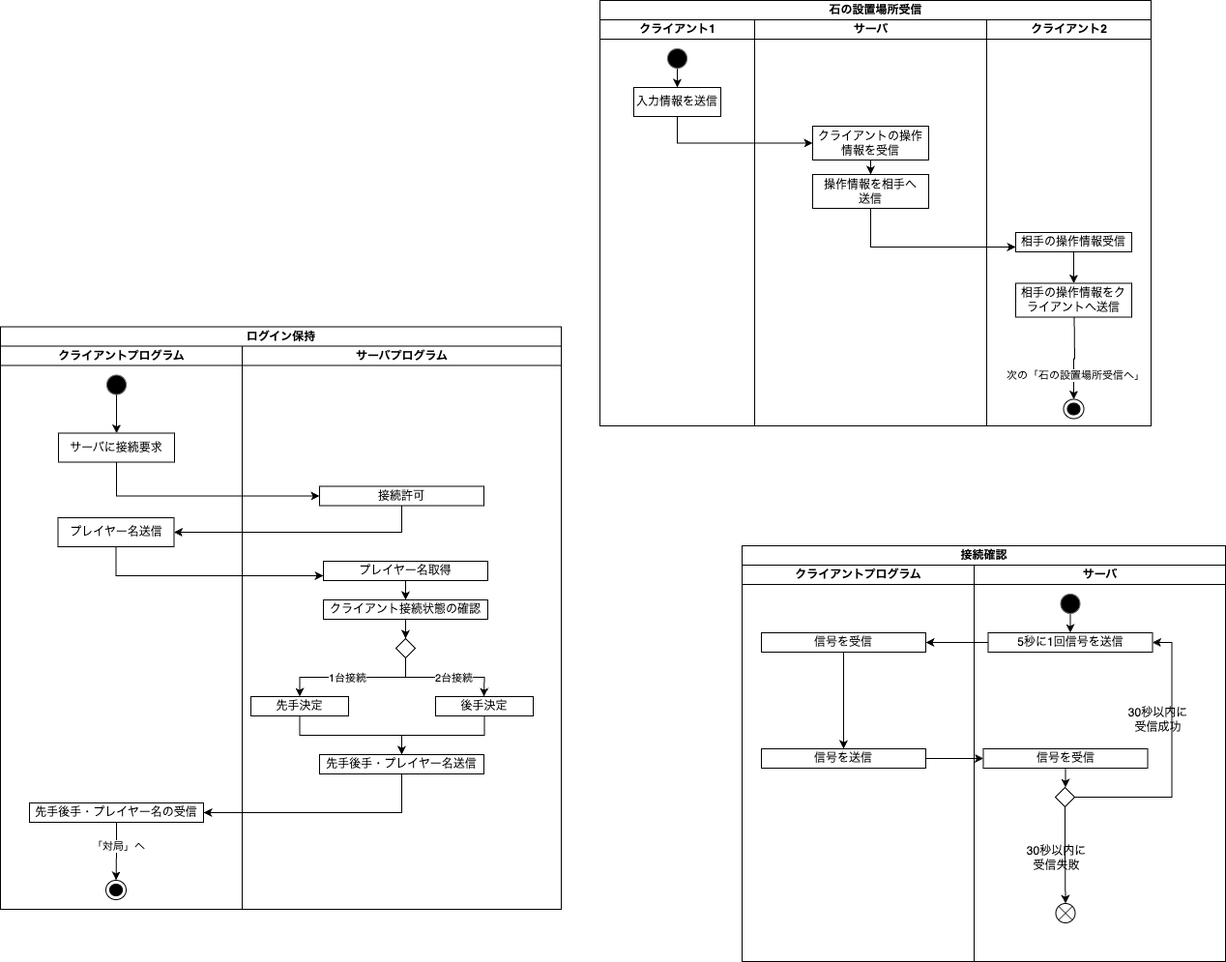
Earlier version of the draw.io export 要求仕様書/activity_server_tsuji.png (ynuOthello2025-group9/YNU_Othello). Source tidied: cells renumbered, new cells last; positions are measured from the earlier drawing's top-left corner, leaving out a move shared by most shapes.
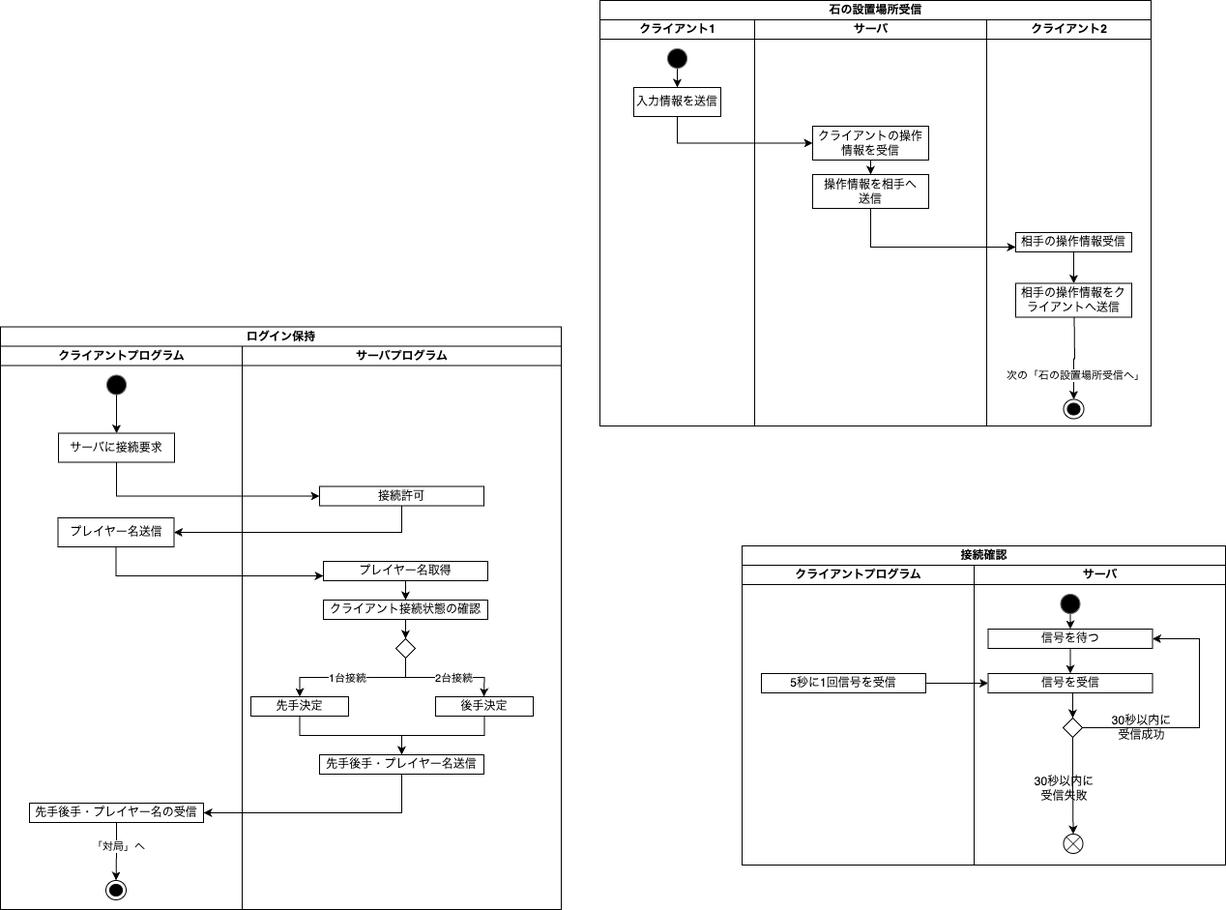
The same diagram one commit later.

Change to the diagram source:
```diff
@@ -153,68 +153,65 @@
       <mxGeometry relative="1" as="geometry" />
     </mxCell>
     <mxCell id="50" value="接続確認" style="swimlane;startSize=20;html=1;" parent="1" vertex="1">
-      <mxGeometry x="767" y="564" width="500" height="430" as="geometry" />
+      <mxGeometry x="767" y="564" width="500" height="330" as="geometry" />
     </mxCell>
     <mxCell id="51" value="クライアントプログラム" style="swimlane;startSize=20;html=1;" parent="50" vertex="1">
-      <mxGeometry y="20" width="240" height="410" as="geometry" />
+      <mxGeometry y="20" width="240" height="310" as="geometry" />
     </mxCell>
-    <mxCell id="52" style="edgeStyle=orthogonalEdgeStyle;rounded=0;jettySize=auto;html=1;exitX=0.5;exitY=1;exitDx=0;exitDy=0;entryX=0.5;entryY=0;entryDx=0;entryDy=0;" parent="51" edge="1" source="53" target="54">
-      <mxGeometry relative="1" as="geometry" />
-    </mxCell>
+    <mxCell id="55" value="サーバ" style="swimlane;startSize=20;html=1;" parent="50" vertex="1">
+      <mxGeometry x="240" y="20" width="260" height="310" as="geometry" />
+    </mxCell>
+    <mxCell id="70" style="edgeStyle=orthogonalEdgeStyle;rounded=0;jettySize=auto;html=1;exitX=0.5;exitY=1;exitDx=0;exitDy=0;entryX=0.5;entryY=0;entryDx=0;entryDy=0;" parent="55" edge="1" source="57" target="75">
+      <mxGeometry relative="1" as="geometry" />
+    </mxCell>
+    <mxCell id="57" style="ellipse;whiteSpace=wrap;html=1;fillColor=light-dark(#000000, #1a1a1a);fontColor=#333333;strokeColor=#666666;" parent="55" vertex="1">
+      <mxGeometry x="89.5" y="30" width="20" height="20" as="geometry" />
+    </mxCell>
+    <mxCell id="63" value="30秒以内に&lt;div&gt;受信成功&lt;/div&gt;" style="text;html=1;align=center;verticalAlign=middle;strokeColor=none;fillColor=none;" parent="55" vertex="1">
+      <mxGeometry x="133" y="148" width="80" height="40" as="geometry" />
+    </mxCell>
-    <mxCell id="53" value="信号を受信" style="rounded=0;whiteSpace=wrap;html=1;" parent="51" vertex="1">
-      <mxGeometry x="20" y="70" width="170" height="20" as="geometry" />
+    <mxCell id="53" value="5秒に1回信号を受信" style="rounded=0;whiteSpace=wrap;html=1;" parent="55" vertex="1">
+      <mxGeometry x="-220" y="112" width="170" height="20" as="geometry" />
     </mxCell>
-    <mxCell id="54" value="信号を送信" style="rounded=0;whiteSpace=wrap;html=1;" parent="51" vertex="1">
-      <mxGeometry x="20" y="190" width="170" height="20" as="geometry" />
-    </mxCell>
-    <mxCell id="55" value="サーバ" style="swimlane;startSize=20;html=1;" parent="50" vertex="1">
-      <mxGeometry x="240" y="20" width="260" height="410" as="geometry" />
-    </mxCell>
-    <mxCell id="56" style="edgeStyle=orthogonalEdgeStyle;rounded=0;jettySize=auto;html=1;exitX=0.5;exitY=1;exitDx=0;exitDy=0;entryX=0.5;entryY=0;entryDx=0;entryDy=0;" parent="55" edge="1" source="57" target="58">
-      <mxGeometry relative="1" as="geometry" />
-    </mxCell>
-    <mxCell id="57" style="ellipse;whiteSpace=wrap;html=1;fillColor=light-dark(#000000, #1a1a1a);fontColor=#333333;strokeColor=#666666;" parent="55" vertex="1">
-      <mxGeometry x="89.5" y="30" width="20" height="20" as="geometry" />
-    </mxCell>
+    <mxCell id="71" style="edgeStyle=orthogonalEdgeStyle;rounded=0;jettySize=auto;html=1;exitX=0.5;exitY=1;exitDx=0;exitDy=0;entryX=0.5;entryY=0;entryDx=0;entryDy=0;" parent="55" edge="1" source="58" target="62">
+      <mxGeometry relative="1" as="geometry" />
+    </mxCell>
-    <mxCell id="58" value="5秒に1回信号を送信" style="rounded=0;whiteSpace=wrap;html=1;" parent="55" vertex="1">
-      <mxGeometry x="14.5" y="70" width="170" height="20" as="geometry" />
+    <mxCell id="58" value="信号を受信" style="rounded=0;whiteSpace=wrap;html=1;" parent="55" vertex="1">
+      <mxGeometry x="14.5" y="112" width="170" height="20" as="geometry" />
     </mxCell>
-    <mxCell id="59" style="edgeStyle=orthogonalEdgeStyle;rounded=0;jettySize=auto;html=1;exitX=0.5;exitY=1;exitDx=0;exitDy=0;" parent="55" edge="1" source="60">
-      <mxGeometry relative="1" as="geometry">
-        <mxPoint x="94.5" y="230" as="targetPoint" />
-      </mxGeometry>
-    </mxCell>
-    <mxCell id="60" value="信号を受信" style="rounded=0;whiteSpace=wrap;html=1;" parent="55" vertex="1">
-      <mxGeometry x="9.5" y="190" width="170" height="20" as="geometry" />
-    </mxCell>
-    <mxCell id="61" style="edgeStyle=orthogonalEdgeStyle;rounded=0;jettySize=auto;html=1;exitX=1;exitY=0.5;exitDx=0;exitDy=0;entryX=1;entryY=0.5;entryDx=0;entryDy=0;" parent="55" edge="1" source="62" target="58">
-      <mxGeometry relative="1" as="geometry" />
-    </mxCell>
+    <mxCell id="72" style="edgeStyle=orthogonalEdgeStyle;rounded=0;jettySize=auto;html=1;exitX=1;exitY=0.5;exitDx=0;exitDy=0;entryX=1;entryY=0.5;entryDx=0;entryDy=0;" parent="55" edge="1" source="62" target="75">
+      <mxGeometry relative="1" as="geometry">
+        <Array as="points">
+          <mxPoint x="233" y="168" />
+          <mxPoint x="233" y="76" />
+        </Array>
+      </mxGeometry>
+    </mxCell>
     <mxCell id="62" style="rhombus;whiteSpace=wrap;html=1;" parent="55" vertex="1">
-      <mxGeometry x="84" y="230" width="20" height="20" as="geometry" />
+      <mxGeometry x="92" y="158" width="20" height="20" as="geometry" />
     </mxCell>
-    <mxCell id="63" value="30秒以内に&lt;div&gt;受信成功&lt;/div&gt;" style="text;html=1;align=center;verticalAlign=middle;strokeColor=none;fillColor=none;" parent="55" vertex="1">
-      <mxGeometry x="150" y="140" width="80" height="40" as="geometry" />
-    </mxCell>
     <mxCell id="64" value="30秒以内に&lt;div&gt;受信失敗&lt;/div&gt;" style="text;html=1;align=center;verticalAlign=middle;strokeColor=none;fillColor=none;" parent="55" vertex="1">
-      <mxGeometry x="45" y="283" width="80" height="40" as="geometry" />
+      <mxGeometry x="53" y="211" width="80" height="40" as="geometry" />
     </mxCell>
     <mxCell id="65" style="edgeStyle=orthogonalEdgeStyle;rounded=0;jettySize=auto;html=1;exitX=0.5;exitY=1;exitDx=0;exitDy=0;entryX=0.5;entryY=0;entryDx=0;entryDy=0;" parent="55" edge="1" source="66">
       <mxGeometry relative="1" as="geometry">
-        <mxPoint x="94" y="350" as="targetPoint" />
+        <mxPoint x="102" y="278" as="targetPoint" />
       </mxGeometry>
     </mxCell>
     <mxCell id="66" style="verticalLabelPosition=bottom;verticalAlign=top;html=1;shape=mxgraph.flowchart.or;" parent="55" vertex="1">
-      <mxGeometry x="84.5" y="350" width="20" height="20" as="geometry" />
+      <mxGeometry x="92.5" y="278" width="20" height="20" as="geometry" />
     </mxCell>
     <mxCell id="67" style="edgeStyle=orthogonalEdgeStyle;rounded=0;jettySize=auto;html=1;exitX=0.5;exitY=1;exitDx=0;exitDy=0;entryX=0.5;entryY=0;entryDx=0;entryDy=0;" parent="55" edge="1" source="62" target="66">
       <mxGeometry relative="1" as="geometry" />
     </mxCell>
-    <mxCell id="68" style="edgeStyle=orthogonalEdgeStyle;rounded=0;jettySize=auto;html=1;exitX=0;exitY=0.5;exitDx=0;exitDy=0;entryX=1;entryY=0.5;entryDx=0;entryDy=0;" parent="50" edge="1" source="58" target="53">
-      <mxGeometry relative="1" as="geometry" />
-    </mxCell>
-    <mxCell id="69" style="edgeStyle=orthogonalEdgeStyle;rounded=0;jettySize=auto;html=1;exitX=1;exitY=0.5;exitDx=0;exitDy=0;entryX=0;entryY=0.5;entryDx=0;entryDy=0;" parent="50" edge="1" source="54" target="60">
-      <mxGeometry relative="1" as="geometry" />
-    </mxCell>
+    <mxCell id="73" style="edgeStyle=orthogonalEdgeStyle;rounded=0;jettySize=auto;html=1;exitX=1;exitY=0.5;exitDx=0;exitDy=0;entryX=0;entryY=0.5;entryDx=0;entryDy=0;" parent="55" edge="1" source="53" target="58">
+      <mxGeometry relative="1" as="geometry" />
+    </mxCell>
+    <mxCell id="74" style="edgeStyle=orthogonalEdgeStyle;rounded=0;jettySize=auto;html=1;exitX=0.5;exitY=1;exitDx=0;exitDy=0;entryX=0.5;entryY=0;entryDx=0;entryDy=0;" parent="55" edge="1" source="75" target="58">
+      <mxGeometry relative="1" as="geometry" />
+    </mxCell>
+    <mxCell id="75" value="信号を待つ" style="rounded=0;whiteSpace=wrap;html=1;" parent="55" vertex="1">
+      <mxGeometry x="14.5" y="66" width="170" height="20" as="geometry" />
+    </mxCell>
   </root>
 </mxGraphModel>
```
